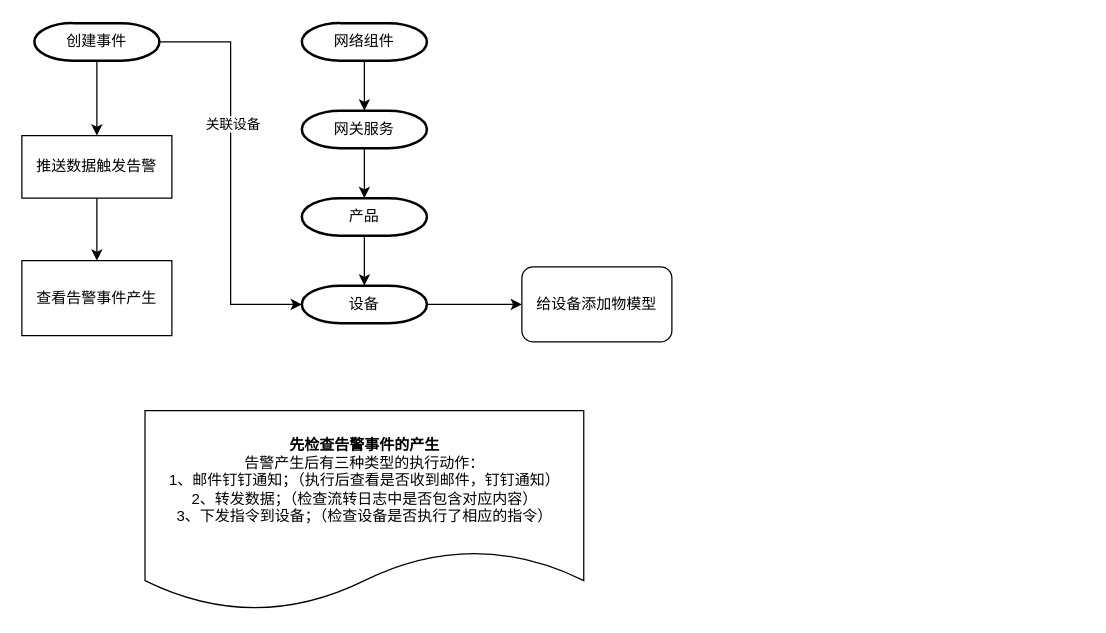
Earlier version of the draw.io diagram 未命名绘图.drawio (TesterPi/test). Source tidied: cells renumbered, new cells numbered last; positions are measured from the earlier drawing's top-left corner, leaving out a move shared by most shapes. Both pictures are drawn from the tidied source at 125%, with x=0, y=0 at pixel (21, 22).
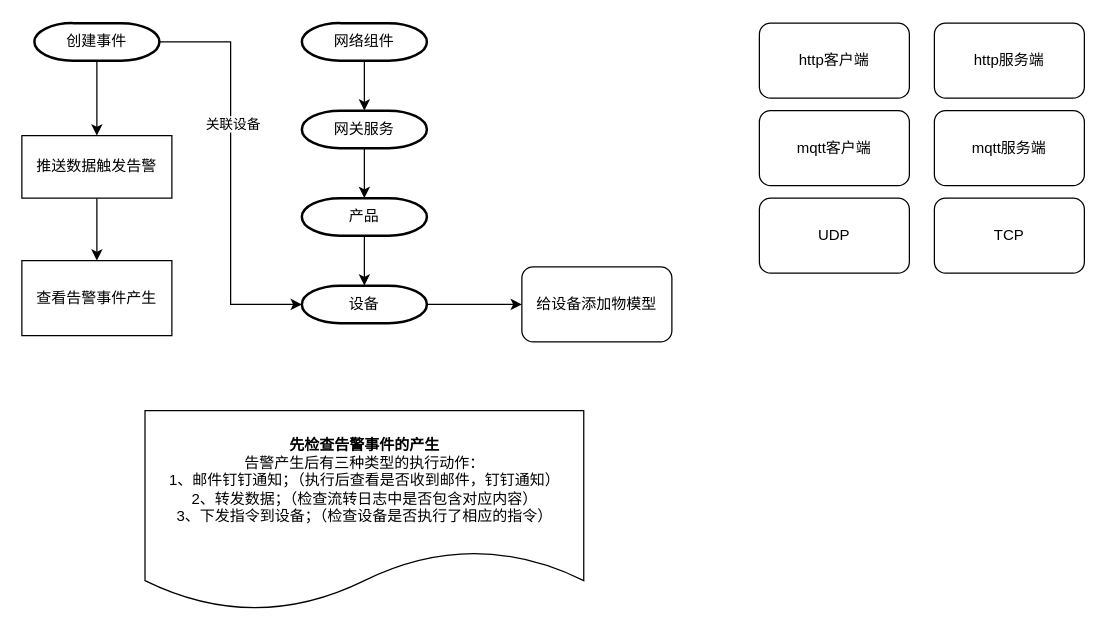
The same diagram, later.

Commit message:
更新未命名绘图.drawio

What changed in the source:
```diff
@@
+    <mxCell id="19" value="http客户端" style="rounded=1;whiteSpace=wrap;html=1;" parent="1" vertex="1">
+      <mxGeometry x="590" width="120" height="60" as="geometry" />
+    </mxCell>
+    <mxCell id="20" value="http服务端" style="rounded=1;whiteSpace=wrap;html=1;" parent="1" vertex="1">
+      <mxGeometry x="730" width="120" height="60" as="geometry" />
+    </mxCell>
+    <mxCell id="21" value="mqtt客户端" style="rounded=1;whiteSpace=wrap;html=1;" parent="1" vertex="1">
+      <mxGeometry x="590" y="70" width="120" height="60" as="geometry" />
+    </mxCell>
+    <mxCell id="22" value="mqtt服务端" style="rounded=1;whiteSpace=wrap;html=1;" parent="1" vertex="1">
+      <mxGeometry x="730" y="70" width="120" height="60" as="geometry" />
+    </mxCell>
+    <mxCell id="23" value="UDP" style="rounded=1;whiteSpace=wrap;html=1;" parent="1" vertex="1">
+      <mxGeometry x="590" y="140" width="120" height="60" as="geometry" />
+    </mxCell>
+    <mxCell id="24" value="TCP" style="rounded=1;whiteSpace=wrap;html=1;" parent="1" vertex="1">
+      <mxGeometry x="730" y="140" width="120" height="60" as="geometry" />
+    </mxCell>
```
